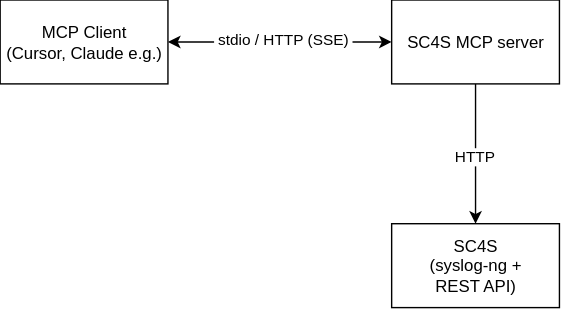
splunk/splunk-connect-for-syslog keeps this draw.io diagram as docs/resources/images/MCP-server-diagram.svg. Above is the earlier version. Source tidied: cells renumbered, new cells last; positions are measured from the earlier drawing's top-left corner, leaving out a move shared by most shapes. The source it was exported from:
```xml
<mxGraphModel>
  <root>
    <mxCell id="0" />
    <mxCell id="1" parent="0" />
    <mxCell id="2" style="edgeStyle=orthogonalEdgeStyle;rounded=0;jettySize=auto;html=1;entryX=0;entryY=0.5;entryDx=0;entryDy=0;startArrow=classic;startFill=1;" parent="1" edge="1" source="4" target="7">
      <mxGeometry relative="1" as="geometry" />
    </mxCell>
    <mxCell id="3" value="&amp;nbsp;stdio / HTTP (SSE)&amp;nbsp;" style="edgeLabel;html=1;align=center;verticalAlign=middle;" parent="2" vertex="1">
      <mxGeometry x="0.02" y="2" relative="1" as="geometry" />
    </mxCell>
    <mxCell id="4" value="MCP Client&lt;div&gt;(Cursor, Claude e.g.)&lt;/div&gt;" style="rounded=0;whiteSpace=wrap;html=1;" parent="1" vertex="1">
      <mxGeometry width="120" height="60" as="geometry" />
    </mxCell>
    <mxCell id="5" style="edgeStyle=orthogonalEdgeStyle;rounded=0;jettySize=auto;html=1;entryX=0.5;entryY=0;entryDx=0;entryDy=0;" parent="1" edge="1" source="7" target="8">
      <mxGeometry relative="1" as="geometry" />
    </mxCell>
    <mxCell id="6" value="HTTP" style="edgeLabel;html=1;align=center;verticalAlign=middle;" parent="5" vertex="1">
      <mxGeometry x="0.03" y="-1" relative="1" as="geometry" />
    </mxCell>
    <mxCell id="7" value="SC4S MCP server" style="rounded=0;whiteSpace=wrap;html=1;" parent="1" vertex="1">
      <mxGeometry x="280" width="120" height="60" as="geometry" />
    </mxCell>
    <mxCell id="8" value="SC4S&lt;br&gt;(syslog-ng +&lt;br&gt;REST API)" style="rounded=0;whiteSpace=wrap;html=1;" parent="1" vertex="1">
      <mxGeometry x="280" y="160" width="120" height="60" as="geometry" />
    </mxCell>
  </root>
</mxGraphModel>
```
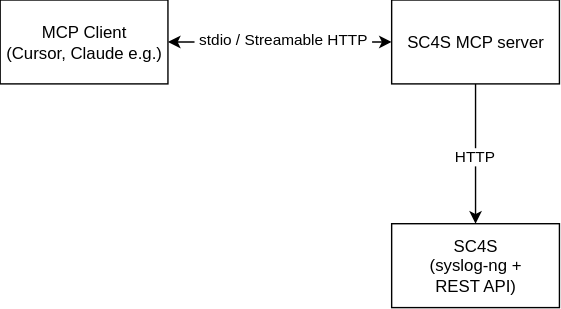
The same file after the commit.

Change to the diagram source:
```diff
@@ -5,7 +5,7 @@
     <mxCell id="2" style="edgeStyle=orthogonalEdgeStyle;rounded=0;jettySize=auto;html=1;entryX=0;entryY=0.5;entryDx=0;entryDy=0;startArrow=classic;startFill=1;" parent="1" edge="1" source="4" target="7">
       <mxGeometry relative="1" as="geometry" />
     </mxCell>
-    <mxCell id="3" value="&amp;nbsp;stdio / HTTP (SSE)&amp;nbsp;" style="edgeLabel;html=1;align=center;verticalAlign=middle;" parent="2" vertex="1">
+    <mxCell id="3" value="&amp;nbsp;stdio / Streamable HTTP&amp;nbsp;" style="edgeLabel;html=1;align=center;verticalAlign=middle;" parent="2" vertex="1">
       <mxGeometry x="0.02" y="2" relative="1" as="geometry" />
     </mxCell>
     <mxCell id="4" value="MCP Client&lt;div&gt;(Cursor, Claude e.g.)&lt;/div&gt;" style="rounded=0;whiteSpace=wrap;html=1;" parent="1" vertex="1">
```
